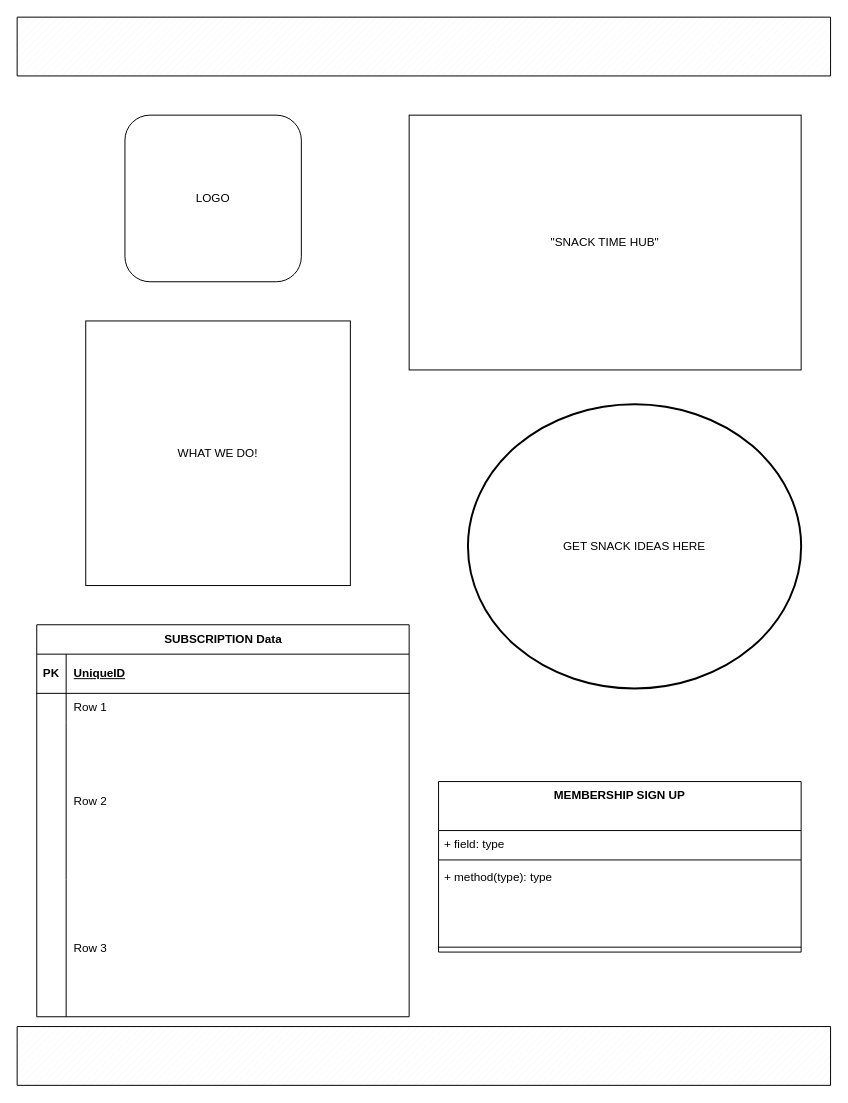
The draw.io diagram project/site_plan_wireframe.drawio in MosesRamirez808/wdd131, before the edit. Source tidied: cells renumbered, new cells numbered last; positions are measured from the earlier drawing's top-left corner, leaving out a move shared by most shapes. Both pictures are drawn from the tidied source at 98%, with x=0, y=0 at pixel (17, 17).
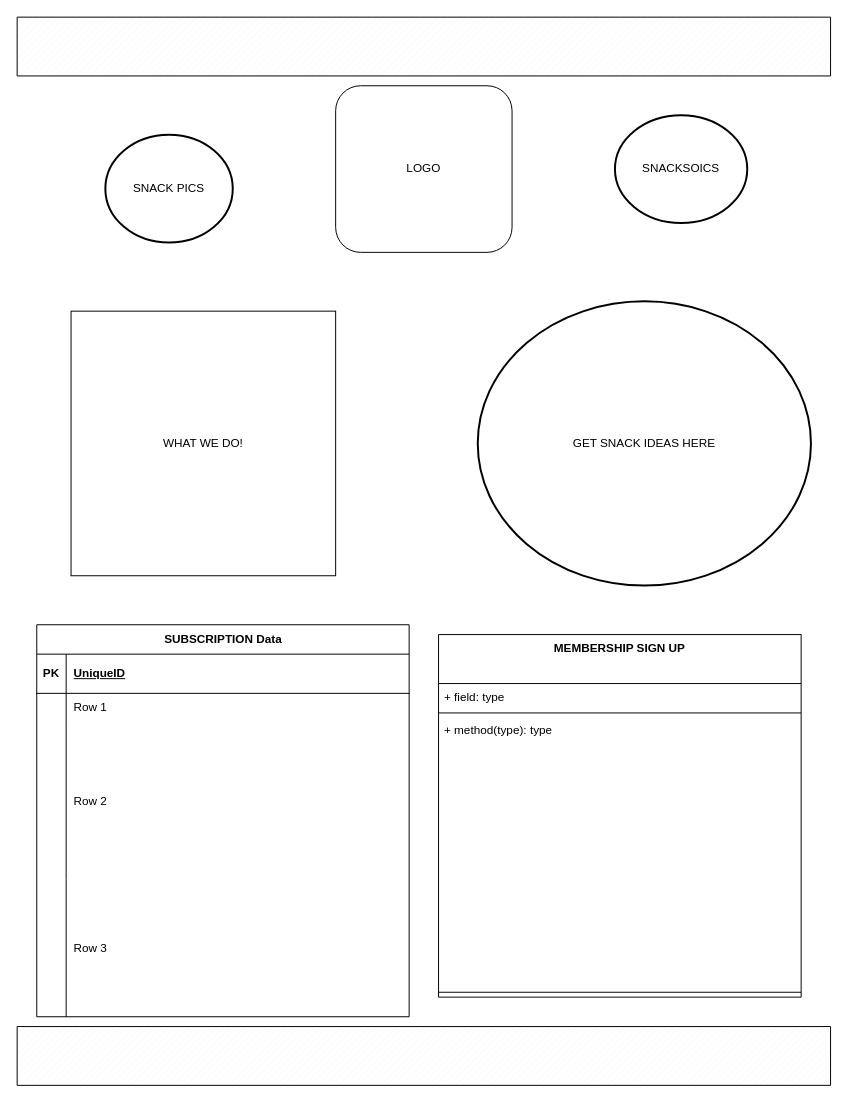
The same diagram, later.

Change to the diagram source:
```diff
@@
     <mxCell id="2" value="LOGO" style="rounded=1;whiteSpace=wrap;html=1;labelBackgroundColor=none;" parent="1" vertex="1">
-      <mxGeometry x="110" y="100" width="180" height="170" as="geometry" />
+      <mxGeometry x="325" y="70" width="180" height="170" as="geometry" />
     </mxCell>
-    <mxCell id="3" value="&quot;SNACK TIME HUB&quot;" style="html=1;whiteSpace=wrap;labelBackgroundColor=none;" parent="1" vertex="1">
-      <mxGeometry x="400" y="100" width="400" height="260" as="geometry" />
-    </mxCell>
     <mxCell id="4" value="WHAT WE DO!" style="html=1;whiteSpace=wrap;labelBackgroundColor=none;" parent="1" vertex="1">
-      <mxGeometry x="70" y="310" width="270" height="270" as="geometry" />
+      <mxGeometry x="55" y="300" width="270" height="270" as="geometry" />
     </mxCell>
@@
     <mxCell id="19" value="MEMBERSHIP SIGN UP" style="swimlane;fontStyle=1;align=center;verticalAlign=top;horizontal=1;startSize=50;whiteSpace=wrap;html=1;" parent="1" vertex="1">
-      <mxGeometry x="430" y="780" width="370" height="174" as="geometry" />
+      <mxGeometry x="430" y="630" width="370" height="370" as="geometry" />
     </mxCell>
@@
     <mxCell id="22" value="+ method(type): type" style="text;strokeColor=none;fillColor=none;align=left;verticalAlign=top;spacingLeft=4;spacingRight=4;overflow=hidden;whiteSpace=wrap;html=1;" parent="19" vertex="1">
-      <mxGeometry y="84" width="370" height="80" as="geometry" />
+      <mxGeometry y="84" width="370" height="276" as="geometry" />
     </mxCell>
     <mxCell id="23" style="line;strokeWidth=1;dashed=0;labelPosition=right;align=left;verticalAlign=middle;spacingTop=0;spacingLeft=6;" parent="19" vertex="1">
-      <mxGeometry y="164" width="370" height="10" as="geometry" />
+      <mxGeometry y="360" width="370" height="10" as="geometry" />
     </mxCell>
     <mxCell id="24" value="GET SNACK IDEAS HERE" style="strokeWidth=2;html=1;shape=mxgraph.flowchart.start_2;whiteSpace=wrap;" parent="1" vertex="1">
-      <mxGeometry x="460" y="395" width="340" height="290" as="geometry" />
+      <mxGeometry x="470" y="290" width="340" height="290" as="geometry" />
     </mxCell>
@@
+    <mxCell id="26" value="SNACK PICS" style="strokeWidth=2;html=1;shape=mxgraph.flowchart.start_2;whiteSpace=wrap;" parent="1" vertex="1">
+      <mxGeometry x="90" y="120" width="130" height="110" as="geometry" />
+    </mxCell>
+    <mxCell id="27" value="SNACKSOICS" style="strokeWidth=2;html=1;shape=mxgraph.flowchart.start_2;whiteSpace=wrap;" parent="1" vertex="1">
+      <mxGeometry x="610" y="100" width="135" height="110" as="geometry" />
+    </mxCell>
```
